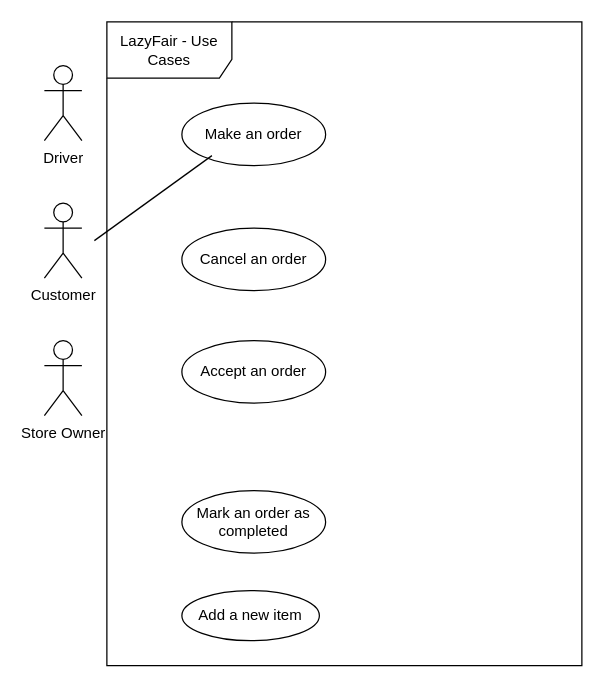
Above: Workshop 1 Use Case Diagram.drawio in antonykimuom/SWEN30006-2025-SM1-workshop1-tuew05-14-00-team-12 (draw.io), before the change. Source tidied: cells renumbered, new cells numbered last; positions are measured from the earlier drawing's top-left corner, leaving out a move shared by most shapes. Both pictures are drawn from the tidied source at 125%, with x=0, y=0 at pixel (44, 21).
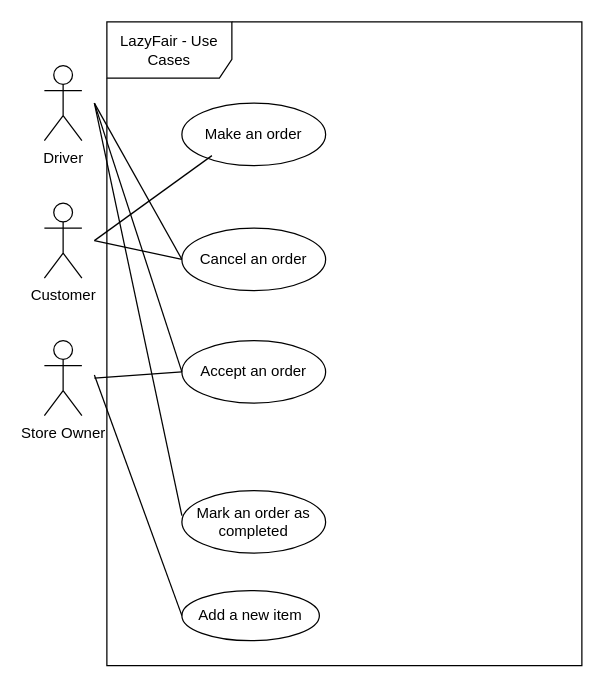
The same page after the edit.

Commit message:
added links between actors and use cases

Unchanged cells that the change refers to:
```xml
<mxCell id="4" value="Add a new item" style="ellipse;whiteSpace=wrap;html=1;" parent="1" vertex="1">
  <mxGeometry x="110" y="455" width="110" height="40" as="geometry" />
</mxCell>
<mxCell id="5" value="Cancel an order" style="ellipse;whiteSpace=wrap;html=1;" parent="1" vertex="1">
  <mxGeometry x="110" y="165" width="115" height="50" as="geometry" />
</mxCell>
<mxCell id="7" value="Accept an order" style="ellipse;whiteSpace=wrap;html=1;" parent="1" vertex="1">
  <mxGeometry x="110" y="255" width="115" height="50" as="geometry" />
</mxCell>
```

Diff of the diagram source:
```diff
@@
+    <mxCell id="12" style="endArrow=none;html=1;rounded=0;entryX=0;entryY=0.5;entryDx=0;entryDy=0;" parent="1" edge="1" target="5">
+      <mxGeometry relative="1" as="geometry">
+        <mxPoint x="40" y="175" as="sourcePoint" />
+      </mxGeometry>
+    </mxCell>
+    <mxCell id="13" style="endArrow=none;html=1;rounded=0;exitX=0;exitY=0.5;exitDx=0;exitDy=0;" parent="1" edge="1" source="5">
+      <mxGeometry relative="1" as="geometry">
+        <mxPoint x="40" y="65" as="targetPoint" />
+      </mxGeometry>
+    </mxCell>
+    <mxCell id="14" style="endArrow=none;html=1;rounded=0;entryX=0;entryY=0.5;entryDx=0;entryDy=0;" parent="1" edge="1" target="7">
+      <mxGeometry relative="1" as="geometry">
+        <mxPoint x="40" y="65" as="sourcePoint" />
+      </mxGeometry>
+    </mxCell>
+    <mxCell id="15" style="endArrow=none;html=1;rounded=0;entryX=0;entryY=0.5;entryDx=0;entryDy=0;" parent="1" edge="1" target="7">
+      <mxGeometry relative="1" as="geometry">
+        <mxPoint x="40" y="285" as="sourcePoint" />
+      </mxGeometry>
+    </mxCell>
+    <mxCell id="16" style="endArrow=none;html=1;rounded=0;" parent="1" edge="1">
+      <mxGeometry relative="1" as="geometry">
+        <mxPoint x="40" y="65" as="sourcePoint" />
+        <mxPoint x="110" y="395" as="targetPoint" />
+      </mxGeometry>
+    </mxCell>
+    <mxCell id="17" style="endArrow=none;html=1;rounded=0;entryX=0;entryY=0.5;entryDx=0;entryDy=0;" parent="1" edge="1" target="4">
+      <mxGeometry relative="1" as="geometry">
+        <mxPoint x="40" y="282.5" as="sourcePoint" />
+      </mxGeometry>
+    </mxCell>
```
